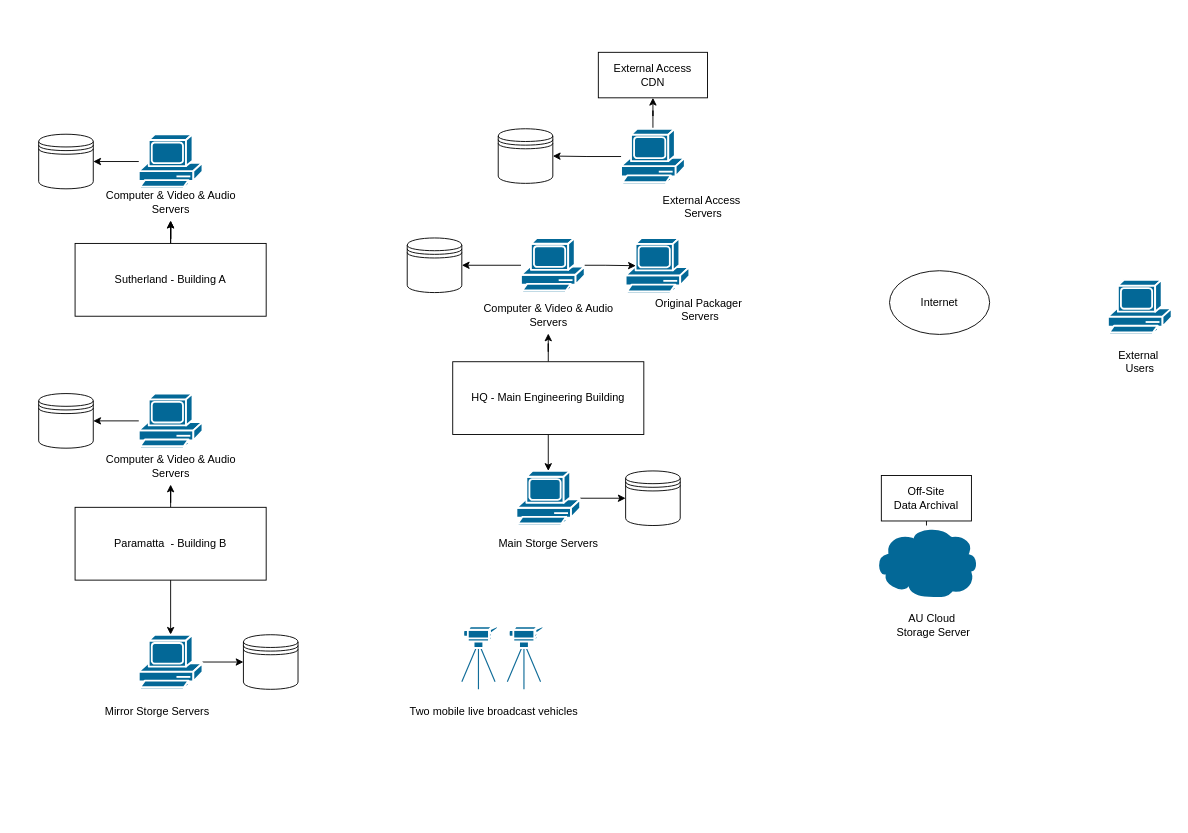
Above: Building and Device Locations.drawio in JoyBingzhi/CSIT985-flow-analysis (draw.io), before the change. Source tidied: cells renumbered, new cells numbered last; positions are measured from the earlier drawing's top-left corner, leaving out a move shared by most shapes. Both pictures are drawn from the tidied source at 91%, with x=0, y=0 at pixel (38, 52).
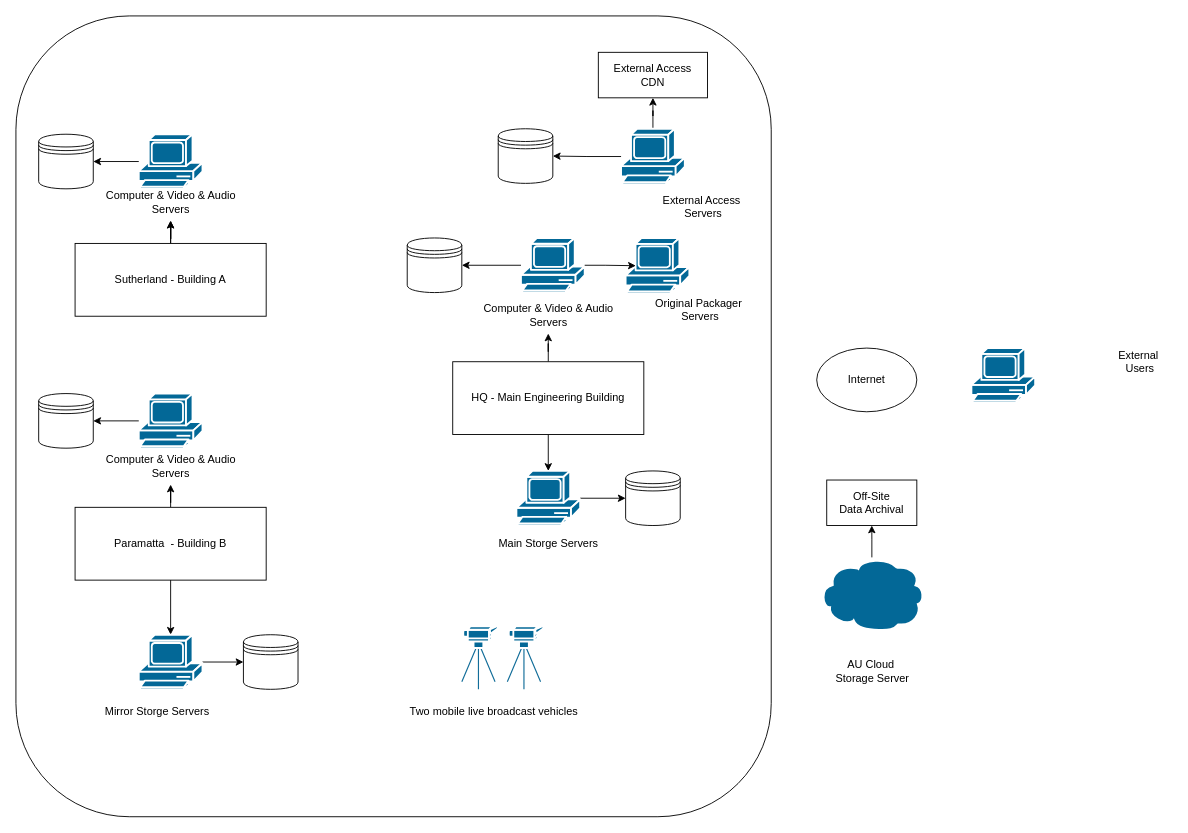
The same diagram, later.

Commit message:
Building and Device Locaiton.drawio

What changed in the source:
```diff
@@
+    <mxCell id="50" style="rounded=1;whiteSpace=wrap;html=1;" parent="1" vertex="1">
+      <mxGeometry x="-25" y="-40" width="830" height="880" as="geometry" />
+    </mxCell>
@@
     <mxCell id="43" style="shape=mxgraph.cisco.computers_and_peripherals.pc;sketch=0;html=1;dashed=0;fillColor=#036897;strokeColor=#ffffff;strokeWidth=2;verticalLabelPosition=bottom;verticalAlign=top;align=center;" parent="1" vertex="1">
-      <mxGeometry x="1175" y="250" width="70" height="60" as="geometry" />
+      <mxGeometry x="1025" y="325" width="70" height="60" as="geometry" />
     </mxCell>
     <mxCell id="44" value="Internet" style="ellipse;whiteSpace=wrap;html=1;" parent="1" vertex="1">
-      <mxGeometry x="935" y="240" width="110" height="70" as="geometry" />
+      <mxGeometry x="855" y="325" width="110" height="70" as="geometry" />
     </mxCell>
@@
     <mxCell id="46" style="shape=mxgraph.cisco.storage.cloud;sketch=0;html=1;dashed=0;fillColor=#036897;strokeColor=#ffffff;strokeWidth=2;verticalLabelPosition=bottom;verticalAlign=top;align=center;outlineConnect=0;" parent="1" vertex="1">
-      <mxGeometry x="917.8" y="520" width="115.5" height="80" as="geometry" />
+      <mxGeometry x="857.8" y="555" width="115.5" height="80" as="geometry" />
     </mxCell>
     <mxCell id="47" value="AU Cloud&amp;nbsp;&lt;div&gt;Storage Server&lt;/div&gt;" style="text;html=1;align=center;verticalAlign=middle;strokeColor=none;fillColor=none;" parent="1" vertex="1">
-      <mxGeometry x="933.2" y="610" width="100" height="40" as="geometry" />
+      <mxGeometry x="866" y="660" width="100" height="40" as="geometry" />
     </mxCell>
     <mxCell id="48" value="Off-Site&lt;div&gt;Data Archival&lt;/div&gt;" style="rounded=0;whiteSpace=wrap;html=1;" parent="1" vertex="1">
-      <mxGeometry x="926" y="465" width="99" height="50" as="geometry" />
+      <mxGeometry x="866" y="470" width="99" height="50" as="geometry" />
     </mxCell>
```
